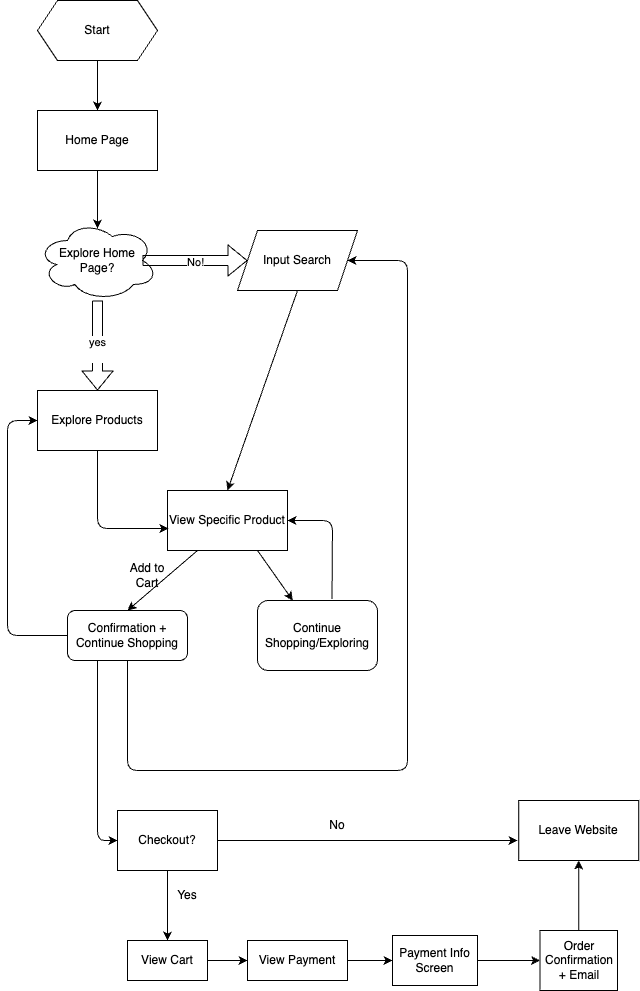
Above: explore/diagramming/diagram.drawio.png in GMohandas13/sp25-cse110-lab4 (draw.io), before the change. Source tidied: cells renumbered, new cells last; positions are measured from the earlier drawing's top-left corner, leaving out a move shared by most shapes.
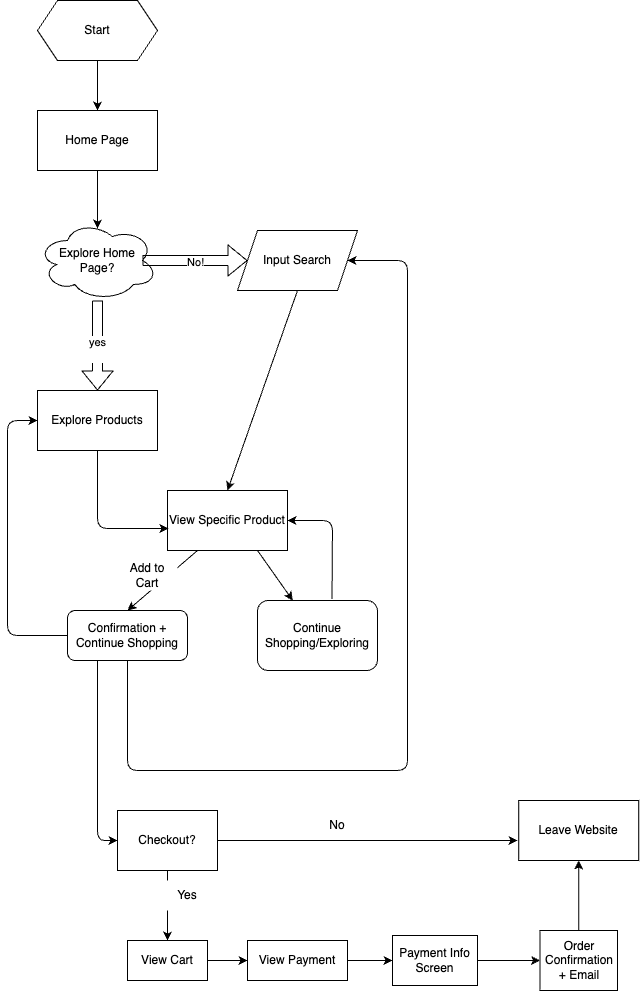
Later version of the same file.

Commit message:
Fixing some visual issues

Diff of the diagram source:
```diff
@@ -72,7 +72,7 @@
     <mxCell id="19" value="Confirmation + Continue Shopping" style="rounded=1;whiteSpace=wrap;html=1;" parent="1" vertex="1">
       <mxGeometry x="60" y="610" width="120" height="50" as="geometry" />
     </mxCell>
-    <mxCell id="20" value="Add to Cart" style="text;html=1;align=center;verticalAlign=middle;whiteSpace=wrap;rounded=0;" parent="1" vertex="1">
+    <mxCell id="20" value="Add to Cart" style="text;html=1;align=center;verticalAlign=middle;whiteSpace=wrap;rounded=0;fillColor=#FFFFFF;" parent="1" vertex="1">
       <mxGeometry x="110" y="560" width="60" height="30" as="geometry" />
     </mxCell>
     <mxCell id="21" style="edgeStyle=none;html=1;entryX=1;entryY=0.5;entryDx=0;entryDy=0;exitX=0.621;exitY=-0.023;exitDx=0;exitDy=0;exitPerimeter=0;" parent="1" edge="1" source="22" target="16">
@@ -118,7 +118,7 @@
     <mxCell id="29" value="View Cart" style="rounded=0;whiteSpace=wrap;html=1;" parent="1" vertex="1">
       <mxGeometry x="120" y="940" width="80" height="40" as="geometry" />
     </mxCell>
-    <mxCell id="30" value="Yes" style="text;html=1;align=center;verticalAlign=middle;whiteSpace=wrap;rounded=0;" parent="1" vertex="1">
+    <mxCell id="30" value="Yes" style="text;html=1;align=center;verticalAlign=middle;whiteSpace=wrap;rounded=0;fillColor=#FFFFFF;" parent="1" vertex="1">
       <mxGeometry x="150" y="880" width="60" height="30" as="geometry" />
     </mxCell>
     <mxCell id="31" style="edgeStyle=none;html=1;" parent="1" edge="1" source="32" target="34">
```
